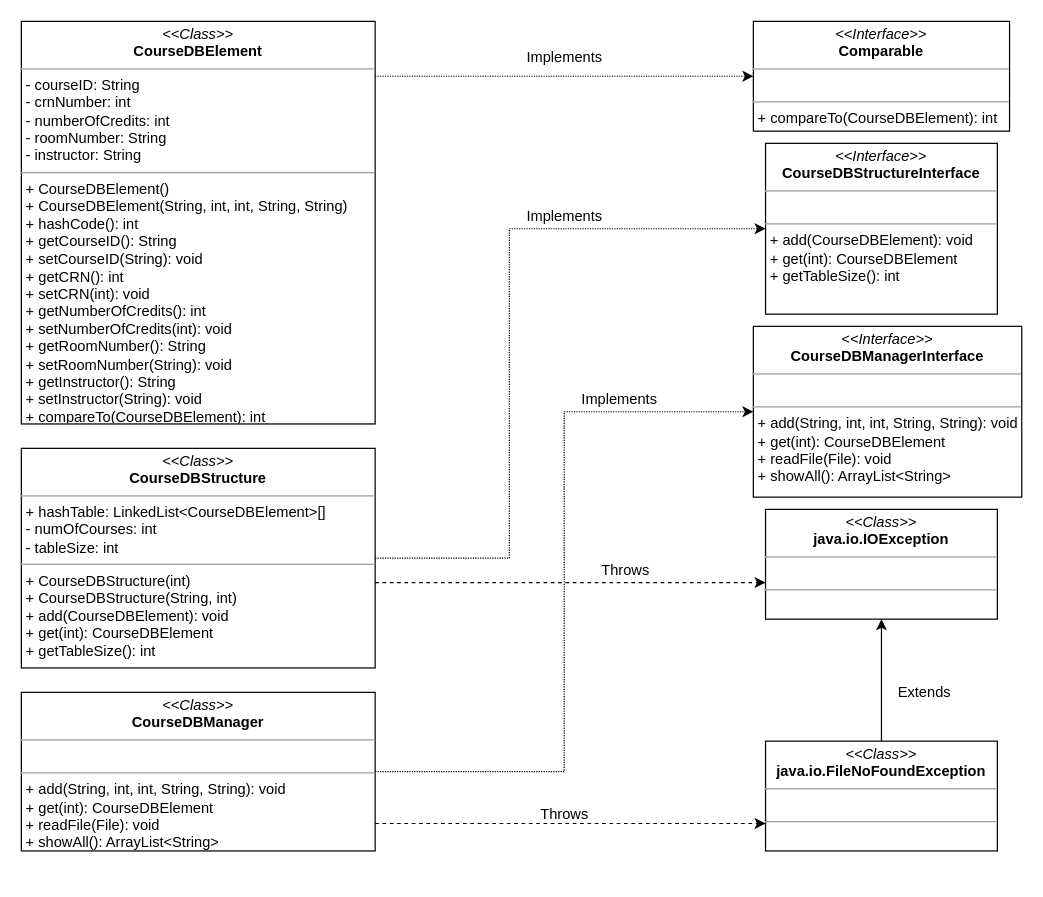
The draw.io diagram Project 4/UML.drawio in Michael-Amaya/CMSC-204-Labs-and-Projects, before the edit. Source tidied: cells renumbered, new cells numbered last; positions are measured from the earlier drawing's top-left corner, leaving out a move shared by most shapes. Both pictures are drawn from the tidied source at 122%, with x=0, y=0 at pixel (21, 21).
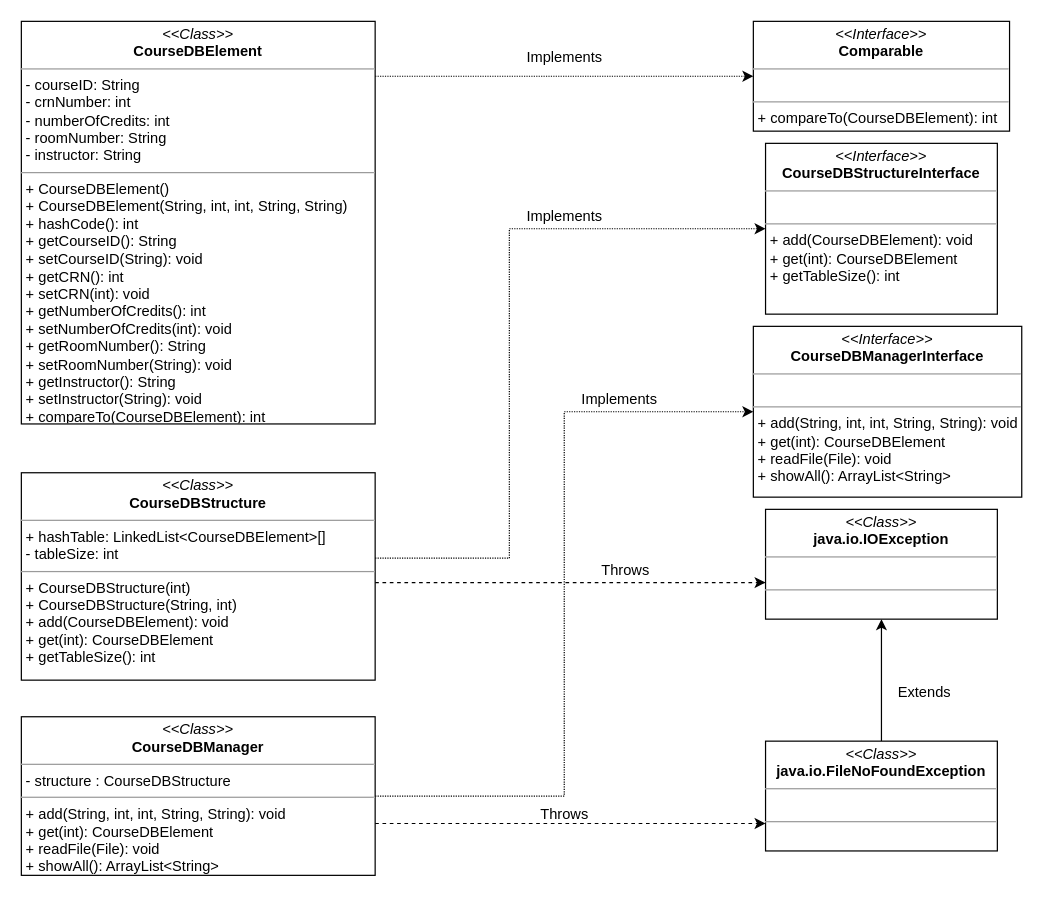
Above is the later version.

What changed in the source:
```diff
@@
-    <mxCell id="7" value="&lt;p style=&quot;margin: 0px ; margin-top: 4px ; text-align: center&quot;&gt;&lt;i&gt;&amp;lt;&amp;lt;Class&amp;gt;&amp;gt;&lt;/i&gt;&lt;br&gt;&lt;b&gt;CourseDBStructure&lt;/b&gt;&lt;/p&gt;&lt;hr size=&quot;1&quot;&gt;&lt;p style=&quot;margin: 0px ; margin-left: 4px&quot;&gt;+ hashTable: LinkedList&amp;lt;CourseDBElement&amp;gt;[]&lt;br&gt;&lt;/p&gt;&lt;p style=&quot;margin: 0px ; margin-left: 4px&quot;&gt;- numOfCourses: int&lt;/p&gt;&lt;p style=&quot;margin: 0px ; margin-left: 4px&quot;&gt;- tableSize: int&lt;/p&gt;&lt;hr size=&quot;1&quot;&gt;&lt;p style=&quot;margin: 0px ; margin-left: 4px&quot;&gt;+ CourseDBStructure(int)&lt;/p&gt;&lt;p style=&quot;margin: 0px ; margin-left: 4px&quot;&gt;+ CourseDBStructure(String, int)&lt;/p&gt;&lt;p style=&quot;margin: 0px ; margin-left: 4px&quot;&gt;+ add(CourseDBElement): void&lt;/p&gt;&lt;p style=&quot;margin: 0px ; margin-left: 4px&quot;&gt;+ get(int): CourseDBElement&lt;/p&gt;&lt;p style=&quot;margin: 0px ; margin-left: 4px&quot;&gt;+ getTableSize(): int&lt;/p&gt;" style="verticalAlign=top;align=left;overflow=fill;fontSize=12;fontFamily=Helvetica;html=1;" parent="1" vertex="1">
-      <mxGeometry y="350" width="290" height="180" as="geometry" />
+    <mxCell id="7" value="&lt;p style=&quot;margin: 0px ; margin-top: 4px ; text-align: center&quot;&gt;&lt;i&gt;&amp;lt;&amp;lt;Class&amp;gt;&amp;gt;&lt;/i&gt;&lt;br&gt;&lt;b&gt;CourseDBStructure&lt;/b&gt;&lt;/p&gt;&lt;hr size=&quot;1&quot;&gt;&lt;p style=&quot;margin: 0px ; margin-left: 4px&quot;&gt;+ hashTable: LinkedList&amp;lt;CourseDBElement&amp;gt;[]&lt;/p&gt;&lt;p style=&quot;margin: 0px ; margin-left: 4px&quot;&gt;- tableSize: int&lt;/p&gt;&lt;hr size=&quot;1&quot;&gt;&lt;p style=&quot;margin: 0px ; margin-left: 4px&quot;&gt;+ CourseDBStructure(int)&lt;/p&gt;&lt;p style=&quot;margin: 0px ; margin-left: 4px&quot;&gt;+ CourseDBStructure(String, int)&lt;/p&gt;&lt;p style=&quot;margin: 0px ; margin-left: 4px&quot;&gt;+ add(CourseDBElement): void&lt;/p&gt;&lt;p style=&quot;margin: 0px ; margin-left: 4px&quot;&gt;+ get(int): CourseDBElement&lt;/p&gt;&lt;p style=&quot;margin: 0px ; margin-left: 4px&quot;&gt;+ getTableSize(): int&lt;/p&gt;" style="verticalAlign=top;align=left;overflow=fill;fontSize=12;fontFamily=Helvetica;html=1;" parent="1" vertex="1">
+      <mxGeometry y="370" width="290" height="170" as="geometry" />
     </mxCell>
@@
-    <mxCell id="10" value="&lt;p style=&quot;margin: 0px ; margin-top: 4px ; text-align: center&quot;&gt;&lt;i&gt;&amp;lt;&amp;lt;Class&amp;gt;&amp;gt;&lt;/i&gt;&lt;br&gt;&lt;b&gt;CourseDBManager&lt;/b&gt;&lt;/p&gt;&lt;hr size=&quot;1&quot;&gt;&lt;p style=&quot;margin: 0px ; margin-left: 4px&quot;&gt;&lt;br&gt;&lt;/p&gt;&lt;hr size=&quot;1&quot;&gt;&lt;p style=&quot;margin: 0px ; margin-left: 4px&quot;&gt;+ add(String, int, int, String, String): void&lt;br&gt;&lt;/p&gt;&lt;p style=&quot;margin: 0px ; margin-left: 4px&quot;&gt;+ get(int): CourseDBElement&lt;/p&gt;&lt;p style=&quot;margin: 0px ; margin-left: 4px&quot;&gt;+ readFile(File): void&lt;/p&gt;&lt;p style=&quot;margin: 0px ; margin-left: 4px&quot;&gt;+ showAll(): ArrayList&amp;lt;String&amp;gt;&lt;/p&gt;" style="verticalAlign=top;align=left;overflow=fill;fontSize=12;fontFamily=Helvetica;html=1;" parent="1" vertex="1">
-      <mxGeometry y="550" width="290" height="130" as="geometry" />
+    <mxCell id="10" value="&lt;p style=&quot;margin: 0px ; margin-top: 4px ; text-align: center&quot;&gt;&lt;i&gt;&amp;lt;&amp;lt;Class&amp;gt;&amp;gt;&lt;/i&gt;&lt;br&gt;&lt;b&gt;CourseDBManager&lt;/b&gt;&lt;/p&gt;&lt;hr size=&quot;1&quot;&gt;&lt;p style=&quot;margin: 0px ; margin-left: 4px&quot;&gt;- structure : CourseDBStructure&lt;/p&gt;&lt;hr size=&quot;1&quot;&gt;&lt;p style=&quot;margin: 0px ; margin-left: 4px&quot;&gt;+ add(String, int, int, String, String): void&lt;br&gt;&lt;/p&gt;&lt;p style=&quot;margin: 0px ; margin-left: 4px&quot;&gt;+ get(int): CourseDBElement&lt;/p&gt;&lt;p style=&quot;margin: 0px ; margin-left: 4px&quot;&gt;+ readFile(File): void&lt;/p&gt;&lt;p style=&quot;margin: 0px ; margin-left: 4px&quot;&gt;+ showAll(): ArrayList&amp;lt;String&amp;gt;&lt;/p&gt;" style="verticalAlign=top;align=left;overflow=fill;fontSize=12;fontFamily=Helvetica;html=1;" parent="1" vertex="1">
+      <mxGeometry y="570" width="290" height="130" as="geometry" />
     </mxCell>
```
